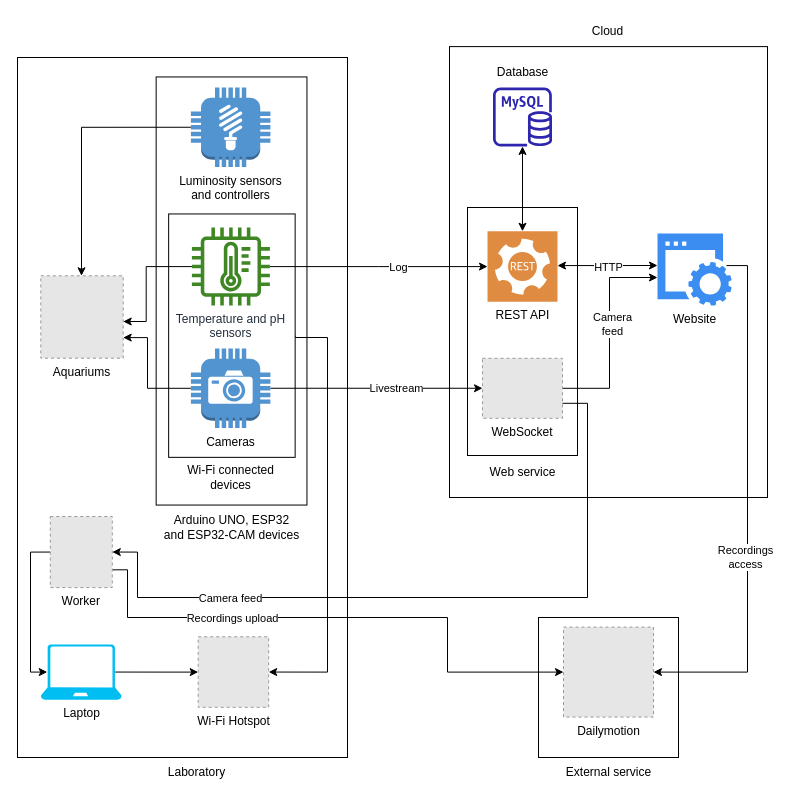
Earlier version of the draw.io diagram page "English" (1 of 2) of aquadynamics.drawio (ojpbarbosa/aquadynamics). Source tidied: cells renumbered, new cells numbered last; positions are measured from the earlier drawing's top-left corner, leaving out a move shared by most shapes. Both pictures are drawn from the tidied source at 100%, with x=0, y=0 at pixel (17, 16). Pictures stored in the file or linked from it are replaced by grey dashed boxes.
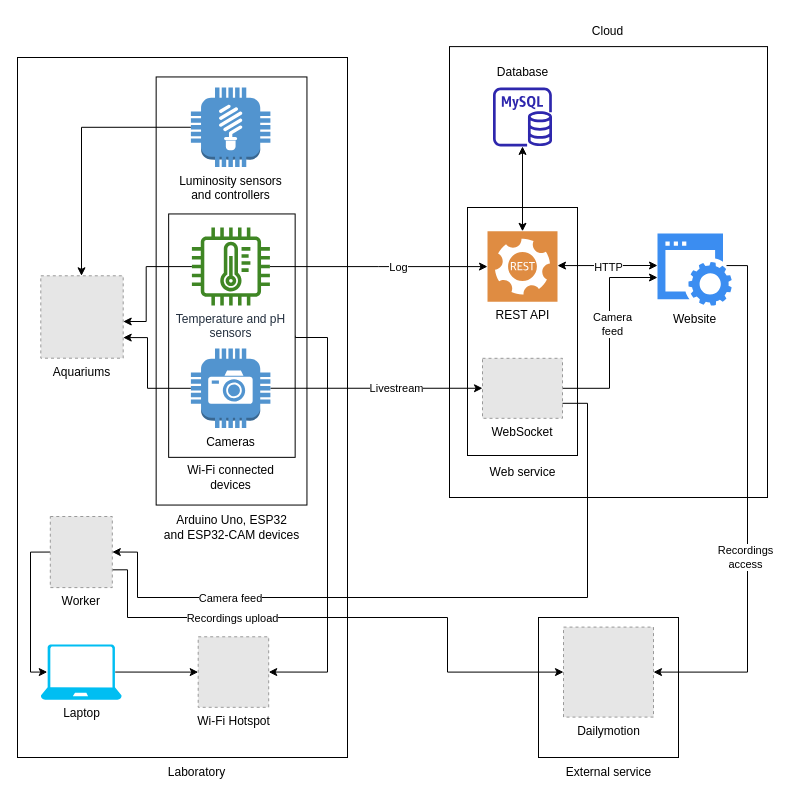
The same diagram, later.

Commit message (it also covers changes not shown here):
chore(diagram): rename arduino

Diff of the diagram source:
```diff
@@
-    <mxCell id="47" value="Arduino UNO, ESP32&lt;br style=&quot;border-color: var(--border-color);&quot;&gt;and ESP32-CAM devices" style="text;html=1;align=center;verticalAlign=middle;strokeColor=none;fillColor=none;" parent="1" vertex="1">
+    <mxCell id="47" value="Arduino Uno, ESP32&lt;br style=&quot;border-color: var(--border-color);&quot;&gt;and ESP32-CAM devices" style="text;html=1;align=center;verticalAlign=middle;strokeColor=none;fillColor=none;" parent="1" vertex="1">
       <mxGeometry x="134" y="491" width="160" height="40" as="geometry" />
     </mxCell>
```
